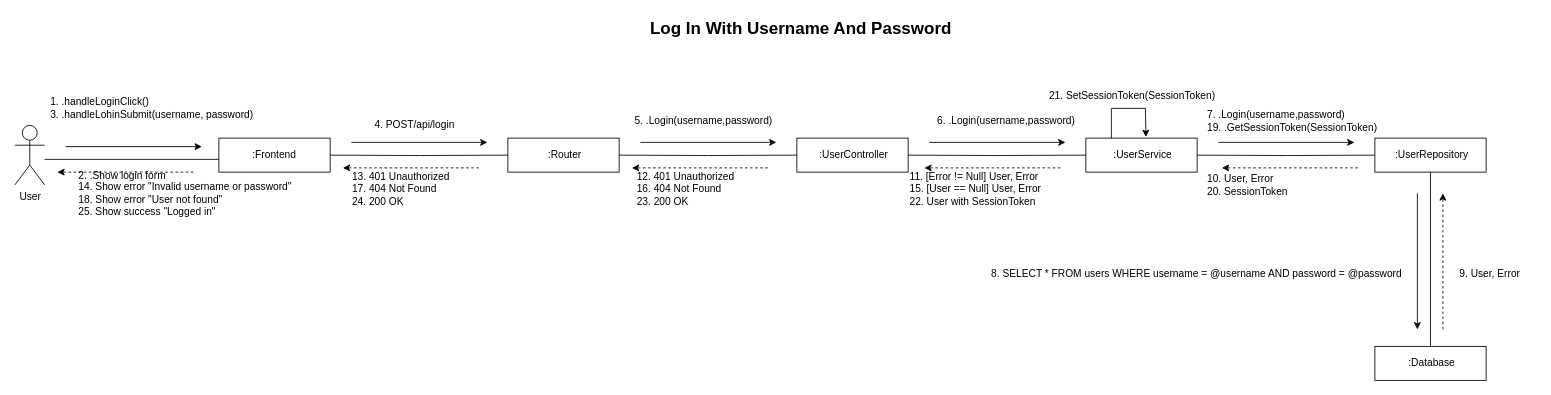
This is CD-Log-In-With-Username-And-Password/CD-Log-In-With-Username-And-Password.drawio from CS371-Project-Management/CS371-Collaboration-Diagram, a draw.io file, before an edit. Source tidied: cells renumbered, new cells numbered last; positions are measured from the earlier drawing's top-left corner, leaving out a move shared by most shapes. Both pictures are drawn from the tidied source at 85%, with x=0, y=0 at pixel (14, 14).
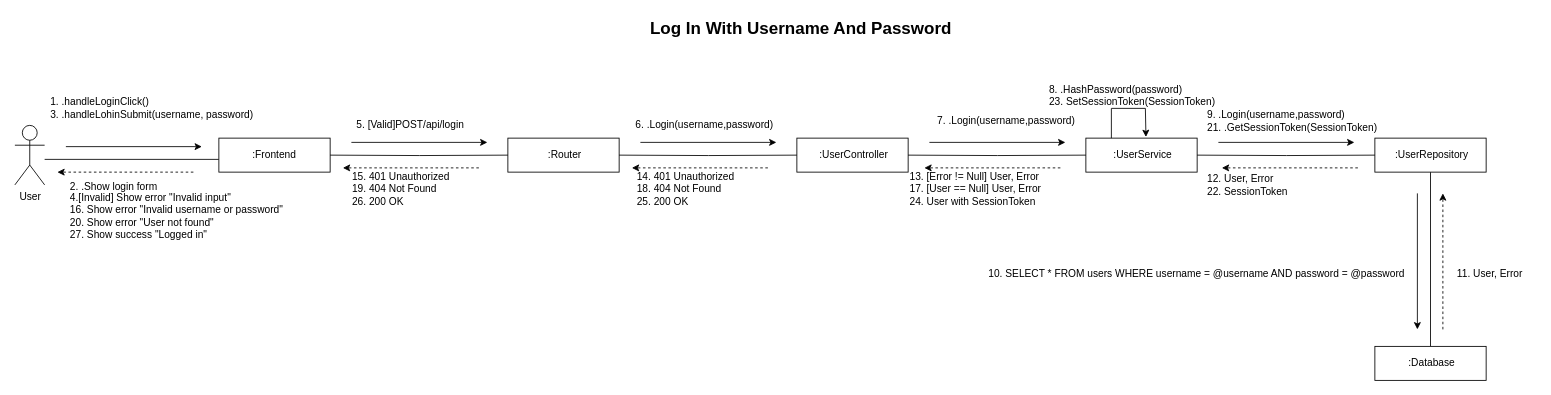
Above is the later version.

Commit message:
edit CD-login-with-username ...

What changed in the source:
```diff
@@
-    <mxCell id="29" value="&lt;div&gt;8. SELECT * FROM users WHERE username = @username AND password = @password&lt;/div&gt;" style="text;html=1;align=center;verticalAlign=middle;strokeColor=none;fillColor=none;" parent="1" vertex="1">
+    <mxCell id="29" value="&lt;div&gt;10. SELECT * FROM users WHERE username = @username AND password = @password&lt;/div&gt;" style="text;html=1;align=center;verticalAlign=middle;strokeColor=none;fillColor=none;" parent="1" vertex="1">
       <mxGeometry x="1130" y="290" width="520" height="30" as="geometry" />
     </mxCell>
-    <mxCell id="30" value="9. User, Error" style="text;html=1;align=center;verticalAlign=middle;strokeColor=none;fillColor=none;" parent="1" vertex="1">
-      <mxGeometry x="1685" y="290" width="100" height="30" as="geometry" />
+    <mxCell id="30" value="11. User, Error" style="text;html=1;align=center;verticalAlign=middle;strokeColor=none;fillColor=none;" parent="1" vertex="1">
+      <mxGeometry x="1680" y="290" width="110" height="30" as="geometry" />
     </mxCell>
-    <mxCell id="31" value="&lt;div align=&quot;left&quot;&gt;11. [Error != Null] User, Error&lt;/div&gt;&lt;div align=&quot;left&quot;&gt;15. [User == Null] User, Error&lt;/div&gt;&lt;div align=&quot;left&quot;&gt;22. User with SessionToken&lt;br&gt;&lt;/div&gt;" style="text;html=1;align=left;verticalAlign=middle;strokeColor=none;fillColor=none;" parent="1" vertex="1">
+    <mxCell id="31" value="&lt;div align=&quot;left&quot;&gt;13. [Error != Null] User, Error&lt;/div&gt;&lt;div align=&quot;left&quot;&gt;17. [User == Null] User, Error&lt;/div&gt;&lt;div align=&quot;left&quot;&gt;24. User with SessionToken&lt;br&gt;&lt;/div&gt;" style="text;html=1;align=left;verticalAlign=middle;strokeColor=none;fillColor=none;" parent="1" vertex="1">
       <mxGeometry x="1050.9" y="175" width="190" height="60" as="geometry" />
     </mxCell>
-    <mxCell id="32" value="&lt;div align=&quot;left&quot;&gt;10. User, Error&lt;/div&gt;&lt;div align=&quot;left&quot;&gt;20. SessionToken&lt;br&gt;&lt;/div&gt;" style="text;html=1;align=left;verticalAlign=middle;strokeColor=none;fillColor=none;" parent="1" vertex="1">
+    <mxCell id="32" value="&lt;div align=&quot;left&quot;&gt;12. User, Error&lt;/div&gt;&lt;div align=&quot;left&quot;&gt;22. SessionToken&lt;br&gt;&lt;/div&gt;" style="text;html=1;align=left;verticalAlign=middle;strokeColor=none;fillColor=none;" parent="1" vertex="1">
       <mxGeometry x="1400.9" y="180" width="120" height="40" as="geometry" />
     </mxCell>
-    <mxCell id="33" value="&lt;div align=&quot;left&quot;&gt;2. .Show login form&lt;br&gt;&lt;/div&gt;&lt;div align=&quot;left&quot;&gt;14. Show error &quot;Invalid username or password&quot;&lt;/div&gt;&lt;div align=&quot;left&quot;&gt;18. Show error &quot;User not found&quot;&lt;/div&gt;&lt;div align=&quot;left&quot;&gt;25. Show success &quot;Logged in&quot;&lt;br&gt;&lt;/div&gt;" style="text;html=1;align=center;verticalAlign=middle;strokeColor=none;fillColor=none;" parent="1" vertex="1">
-      <mxGeometry x="50" y="175" width="300" height="70" as="geometry" />
+    <mxCell id="33" value="&lt;div align=&quot;left&quot;&gt;2. .Show login form&lt;/div&gt;&lt;div align=&quot;left&quot;&gt;4.[Invalid] Show error &quot;Invalid input&quot;&lt;/div&gt;&lt;div align=&quot;left&quot;&gt;16. Show error &quot;Invalid username or password&quot;&lt;/div&gt;&lt;div align=&quot;left&quot;&gt;20. Show error &quot;User not found&quot;&lt;/div&gt;&lt;div align=&quot;left&quot;&gt;27. Show success &quot;Logged in&quot;&lt;/div&gt;" style="text;html=1;align=center;verticalAlign=middle;strokeColor=none;fillColor=none;" parent="1" vertex="1">
+      <mxGeometry x="40" y="185" width="300" height="90" as="geometry" />
     </mxCell>
-    <mxCell id="34" value="4. POST/api/login" style="text;html=1;align=center;verticalAlign=middle;strokeColor=none;fillColor=none;" parent="1" vertex="1">
-      <mxGeometry x="410" y="115" width="120" height="30" as="geometry" />
+    <mxCell id="34" value="5. [Valid]POST/api/login" style="text;html=1;align=center;verticalAlign=middle;strokeColor=none;fillColor=none;" parent="1" vertex="1">
+      <mxGeometry x="385" y="115" width="160" height="30" as="geometry" />
     </mxCell>
-    <mxCell id="35" value="5. .Login(username,password)" style="text;html=1;align=center;verticalAlign=middle;strokeColor=none;fillColor=none;" parent="1" vertex="1">
-      <mxGeometry x="710" y="110" width="200" height="30" as="geometry" />
+    <mxCell id="35" value="6. .Login(username,password)" style="text;html=1;align=center;verticalAlign=middle;strokeColor=none;fillColor=none;" parent="1" vertex="1">
+      <mxGeometry x="710.9" y="115" width="200" height="30" as="geometry" />
     </mxCell>
-    <mxCell id="36" value="6. .Login(username,password)" style="text;html=1;align=center;verticalAlign=middle;strokeColor=none;fillColor=none;" parent="1" vertex="1">
+    <mxCell id="36" value="7. .Login(username,password)" style="text;html=1;align=center;verticalAlign=middle;strokeColor=none;fillColor=none;" parent="1" vertex="1">
       <mxGeometry x="1065.9" y="110" width="200" height="30" as="geometry" />
     </mxCell>
-    <mxCell id="37" value="&lt;div align=&quot;left&quot;&gt;7. .Login(username,password)&lt;/div&gt;&lt;div align=&quot;left&quot;&gt;19. .GetSessionToken(SessionToken)&lt;br&gt;&lt;/div&gt;" style="text;html=1;align=left;verticalAlign=middle;strokeColor=none;fillColor=none;" parent="1" vertex="1">
+    <mxCell id="37" value="&lt;div align=&quot;left&quot;&gt;9. .Login(username,password)&lt;/div&gt;&lt;div align=&quot;left&quot;&gt;21. .GetSessionToken(SessionToken)&lt;br&gt;&lt;/div&gt;" style="text;html=1;align=left;verticalAlign=middle;strokeColor=none;fillColor=none;" parent="1" vertex="1">
       <mxGeometry x="1400.9" y="105" width="230" height="40" as="geometry" />
     </mxCell>
-    <mxCell id="38" value="&lt;div align=&quot;left&quot;&gt;12. 401 Unauthorized&lt;/div&gt;&lt;div align=&quot;left&quot;&gt;16. 404 Not Found&lt;/div&gt;&lt;div align=&quot;left&quot;&gt;23. 200 OK&lt;br&gt;&lt;/div&gt;" style="text;html=1;align=left;verticalAlign=middle;strokeColor=none;fillColor=none;" parent="1" vertex="1">
+    <mxCell id="38" value="&lt;div align=&quot;left&quot;&gt;14. 401 Unauthorized&lt;/div&gt;&lt;div align=&quot;left&quot;&gt;18. 404 Not Found&lt;/div&gt;&lt;div align=&quot;left&quot;&gt;25. 200 OK&lt;br&gt;&lt;/div&gt;" style="text;html=1;align=left;verticalAlign=middle;strokeColor=none;fillColor=none;" parent="1" vertex="1">
       <mxGeometry x="730" y="175" width="150" height="60" as="geometry" />
     </mxCell>
-    <mxCell id="39" value="&lt;div align=&quot;left&quot;&gt;13. 401 Unauthorized&lt;/div&gt;&lt;div align=&quot;left&quot;&gt;17. 404 Not Found&lt;/div&gt;&lt;div align=&quot;left&quot;&gt;24. 200 OK&lt;br&gt;&lt;/div&gt;" style="text;html=1;align=left;verticalAlign=middle;strokeColor=none;fillColor=none;" parent="1" vertex="1">
+    <mxCell id="39" value="&lt;div align=&quot;left&quot;&gt;15. 401 Unauthorized&lt;/div&gt;&lt;div align=&quot;left&quot;&gt;19. 404 Not Found&lt;/div&gt;&lt;div align=&quot;left&quot;&gt;26. 200 OK&lt;br&gt;&lt;/div&gt;" style="text;html=1;align=left;verticalAlign=middle;strokeColor=none;fillColor=none;" parent="1" vertex="1">
       <mxGeometry x="395" y="175" width="150" height="60" as="geometry" />
     </mxCell>
@@
-    <mxCell id="44" value="&lt;div align=&quot;left&quot;&gt;21. SetSessionToken(SessionToken)&lt;br&gt;&lt;/div&gt;" style="text;html=1;align=left;verticalAlign=middle;strokeColor=none;fillColor=none;" parent="1" vertex="1">
-      <mxGeometry x="1215.4" y="80" width="220" height="30" as="geometry" />
+    <mxCell id="44" value="&lt;div align=&quot;left&quot;&gt;8. .HashPassword(password)&lt;br&gt;&lt;/div&gt;&lt;div align=&quot;left&quot;&gt;23. SetSessionToken(SessionToken)&lt;br&gt;&lt;/div&gt;" style="text;html=1;align=left;verticalAlign=middle;strokeColor=none;fillColor=none;" parent="1" vertex="1">
+      <mxGeometry x="1215.4" y="75" width="220" height="40" as="geometry" />
     </mxCell>
```
